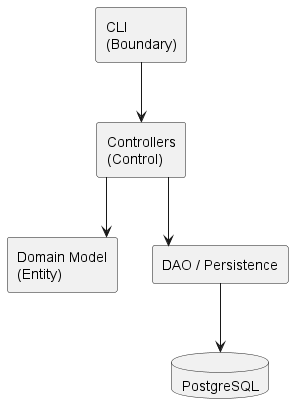
Above: LaTeX/images/component_diagram.png in Adrycasta04/EscapeManager (PlantUML), before the change. Source of this version:
```plantuml
@startuml component_diagram
skinparam componentStyle rectangle
skinparam linetype ortho

component "CLI\n(Boundary)" as CLI
component "Controllers\n(Control)" as CTRL
component "Domain Model\n(Entity)" as DOM
component "DAO / Persistence" as DAO

database "PostgreSQL" as DB

CLI --> CTRL
CTRL --> DOM
CTRL --> DAO
DAO --> DB

@enduml
```
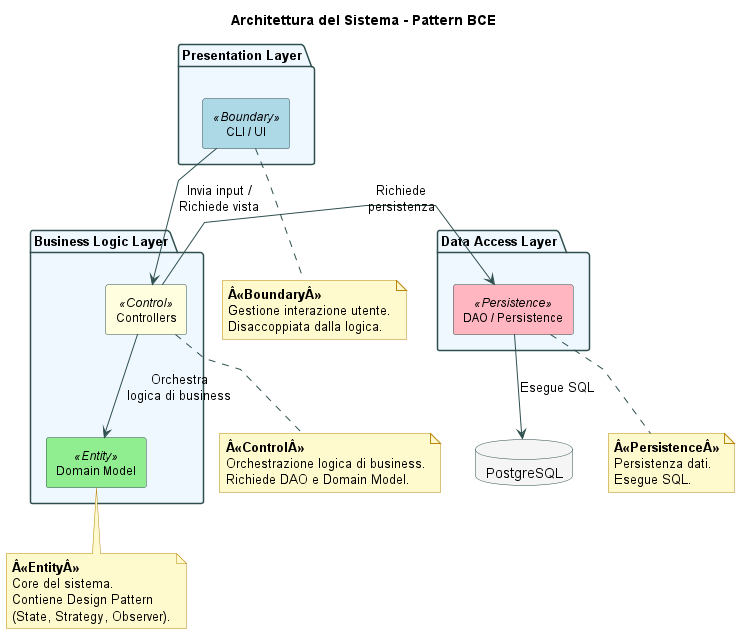
The same diagram one commit later.

Change to the diagram source:
```diff
@@ -1,17 +1,79 @@
 @startuml component_diagram
 skinparam componentStyle rectangle
-skinparam linetype ortho
+skinparam linetype polyline
 
-component "CLI\n(Boundary)" as CLI
-component "Controllers\n(Control)" as CTRL
-component "Domain Model\n(Entity)" as DOM
-component "DAO / Persistence" as DAO
+skinparam component {
+    BackgroundColor<<Boundary>> LightBlue
+    BackgroundColor<<Control>> LightYellow
+    BackgroundColor<<Entity>> LightGreen
+    BackgroundColor<<Persistence>> LightPink
+    BorderColor DarkSlateGray
+    ArrowColor DarkSlateGray
+    FontSize 12
+}
+
+skinparam database {
+    BackgroundColor WhiteSmoke
+    BorderColor DarkSlateGray
+}
+
+skinparam package {
+    BorderColor DarkSlateGray
+    BackgroundColor AliceBlue
+    FontSize 13
+    FontStyle bold
+}
+
+skinparam note {
+    BackgroundColor LemonChiffon
+    BorderColor DarkGoldenRod
+}
+
+title Architettura del Sistema - Pattern BCE
+
+package "Presentation Layer" {
+    component "CLI / UI" as CLI <<Boundary>>
+}
+
+package "Business Logic Layer" {
+    component "Controllers" as CTRL <<Control>>
+    component "Domain Model" as DOM <<Entity>>
+}
+
+package "Data Access Layer" {
+    component "DAO / Persistence" as DAO <<Persistence>>
+}
 
 database "PostgreSQL" as DB
 
-CLI --> CTRL
-CTRL --> DOM
-CTRL --> DAO
-DAO --> DB
+CLI -down-> CTRL : "Invia input /\nRichiede vista"
+CTRL -down-> DOM : "Orchestra\nlogica di business"
+CTRL -right-> DAO : "Richiede\npersistenza"
+DAO -down-> DB : "Esegue SQL"
+
+note bottom of CLI
+    **Â«BoundaryÂ»**
+    Gestione interazione utente.
+    Disaccoppiata dalla logica.
+end note
+
+note bottom of CTRL
+    **Â«ControlÂ»**
+    Orchestrazione logica di business.
+    Richiede DAO e Domain Model.
+end note
+
+note bottom of DOM
+    **Â«EntityÂ»**
+    Core del sistema.
+    Contiene Design Pattern
+    (State, Strategy, Observer).
+end note
+
+note bottom of DAO
+    **Â«PersistenceÂ»**
+    Persistenza dati.
+    Esegue SQL.
+end note
 
 @enduml
```
